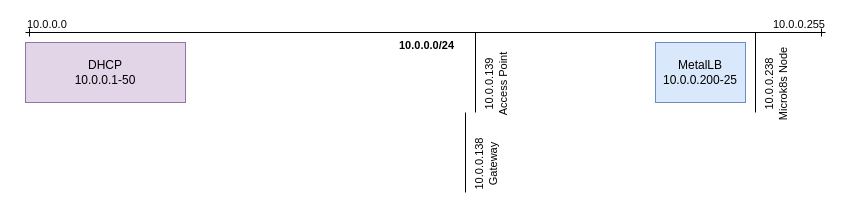
Earlier version of the draw.io diagram docs/arch.drawio (jamesmoriarty/k8s-gitops). Source tidied: cells renumbered, new cells numbered last; positions are measured from the earlier drawing's top-left corner, leaving out a move shared by most shapes. Both pictures are drawn from the tidied source at 100%, with x=0, y=0 at pixel (25, 32).
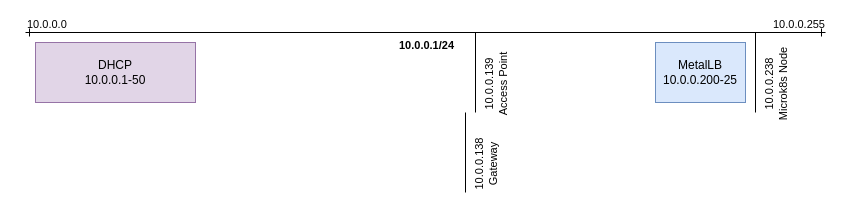
The same page after the edit.

Commit message (it also covers changes not shown here):
refinement: diagram.

Change to the diagram source:
```diff
@@
 <mxGraphModel>
   <root>
     <mxCell id="0" />
     <mxCell id="1" parent="0" />
     <mxCell id="2" style="endArrow=ERone;html=1;strokeWidth=1;sketch=0;startArrow=ERone;startFill=0;endFill=0;" parent="1" edge="1">
       <mxGeometry x="0.04" y="50" relative="1" as="geometry">
         <mxPoint as="sourcePoint" />
         <mxPoint x="800" as="targetPoint" />
       </mxGeometry>
     </mxCell>
-    <mxCell id="3" value="10.0.0.0/24" style="edgeLabel;html=1;align=center;verticalAlign=top;fontStyle=1;" parent="2" vertex="1">
+    <mxCell id="3" value="10.0.0.1/24" style="edgeLabel;html=1;align=center;verticalAlign=top;fontStyle=1;" parent="2" vertex="1">
       <mxGeometry relative="1" as="geometry" />
     </mxCell>
     <mxCell id="4" value="10.0.0.0" style="edgeLabel;html=1;align=left;verticalAlign=bottom;fontStyle=0;labelBackgroundColor=none;" parent="2" vertex="1">
       <mxGeometry x="-1" relative="1" as="geometry" />
     </mxCell>
     <mxCell id="5" value="10.0.0.255" style="edgeLabel;html=1;align=right;verticalAlign=bottom;labelBackgroundColor=none;fontStyle=0;" parent="2" vertex="1">
       <mxGeometry x="1" relative="1" as="geometry" />
     </mxCell>
     <mxCell id="6" value="DHCP&lt;br&gt;10.0.0.1-50" style="rounded=0;whiteSpace=wrap;html=1;labelBackgroundColor=none;fillColor=#e1d5e7;strokeColor=#9673a6;sketch=0;" parent="1" vertex="1">
-      <mxGeometry y="10" width="160" height="60" as="geometry" />
+      <mxGeometry x="10" y="10" width="160" height="60" as="geometry" />
     </mxCell>
     <mxCell id="7" value="MetalLB&lt;br&gt;10.0.0.200-25" style="rounded=0;whiteSpace=wrap;html=1;labelBackgroundColor=none;fillColor=#dae8fc;strokeColor=#6c8ebf;sketch=0;" parent="1" vertex="1">
       <mxGeometry x="630" y="10" width="90" height="60" as="geometry" />
     </mxCell>
     <mxCell id="8" style="endArrow=none;html=1;strokeWidth=1;sketch=0;" parent="1" edge="1">
       <mxGeometry relative="1" as="geometry">
         <mxPoint x="440" y="160" as="sourcePoint" />
         <mxPoint x="440" y="80" as="targetPoint" />
       </mxGeometry>
     </mxCell>
     <mxCell id="9" value="10.0.0.138&lt;br&gt;Gateway" style="edgeLabel;html=1;align=center;verticalAlign=middle;labelBackgroundColor=none;rotation=270;" parent="8" vertex="1">
       <mxGeometry x="-0.29" y="-7" relative="1" as="geometry">
         <mxPoint x="13" y="1" as="offset" />
       </mxGeometry>
     </mxCell>
     <mxCell id="10" style="endArrow=none;html=1;strokeWidth=1;sketch=0;" parent="1" edge="1">
       <mxGeometry relative="1" as="geometry">
         <mxPoint x="450" y="80" as="sourcePoint" />
         <mxPoint x="450" as="targetPoint" />
       </mxGeometry>
     </mxCell>
     <mxCell id="11" value="10.0.0.139&lt;br&gt;Access Point" style="edgeLabel;html=1;align=center;verticalAlign=middle;labelBackgroundColor=none;rotation=270;" parent="10" vertex="1">
       <mxGeometry x="-0.29" y="-7" relative="1" as="geometry">
         <mxPoint x="13" y="1" as="offset" />
       </mxGeometry>
     </mxCell>
     <mxCell id="12" style="endArrow=none;html=1;strokeWidth=1;sketch=0;" parent="1" edge="1">
       <mxGeometry relative="1" as="geometry">
         <mxPoint x="730" y="80" as="sourcePoint" />
         <mxPoint x="730" as="targetPoint" />
       </mxGeometry>
     </mxCell>
     <mxCell id="13" value="10.0.0.238&lt;br&gt;Microk8s Node" style="edgeLabel;html=1;align=center;verticalAlign=middle;labelBackgroundColor=none;rotation=270;" parent="12" vertex="1">
       <mxGeometry x="-0.29" y="-7" relative="1" as="geometry">
         <mxPoint x="13" y="1" as="offset" />
       </mxGeometry>
     </mxCell>
   </root>
 </mxGraphModel>
```
